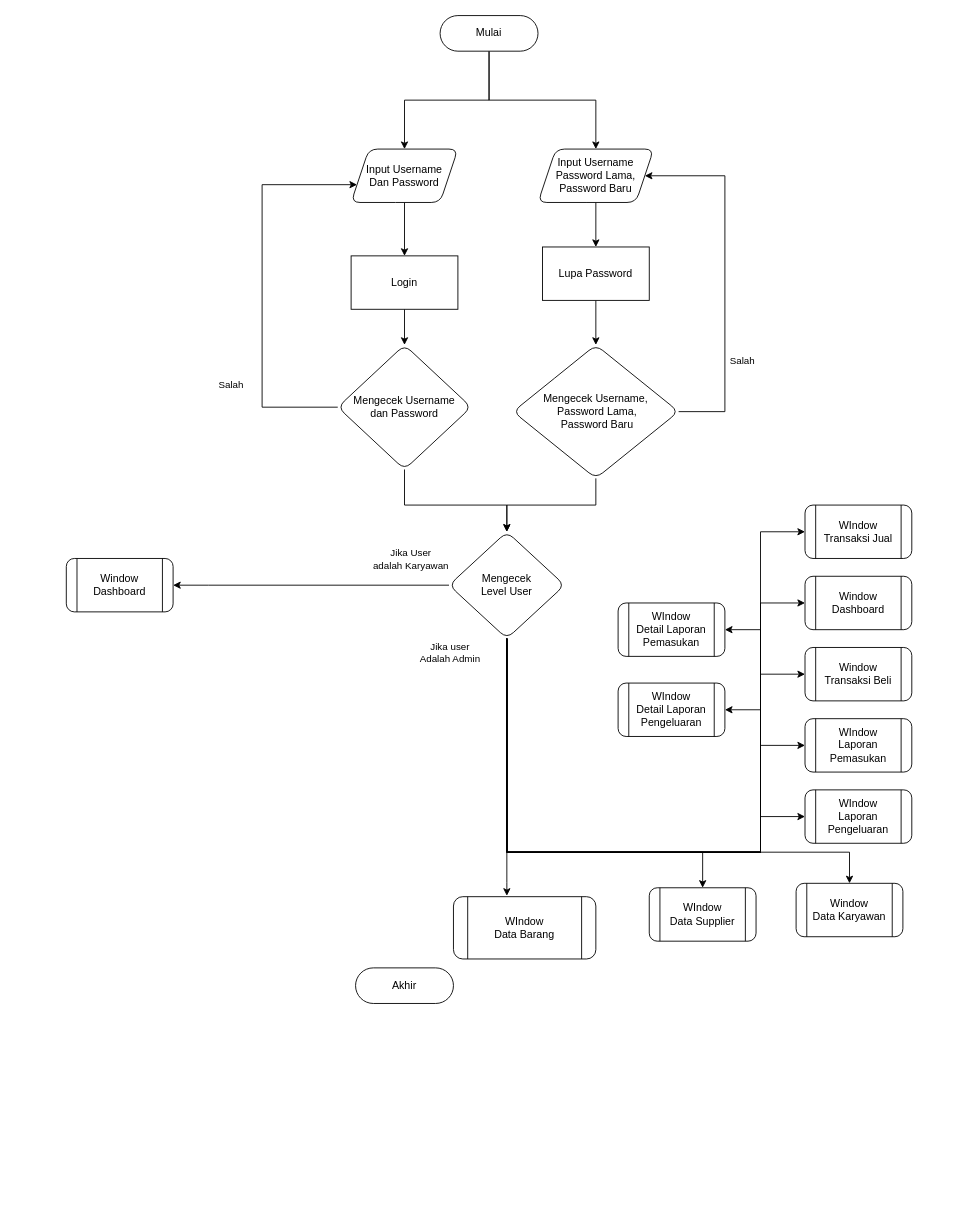
Amirzan89/Project-Semester-1 keeps this draw.io diagram as Untitled Diagram.drawio. Above is the earlier version. Source tidied: cells renumbered, new cells numbered last; positions are measured from the earlier drawing's top-left corner, leaving out a move shared by most shapes. Both pictures are drawn from the tidied source at 89%, with x=0, y=0 at pixel (66, 15).
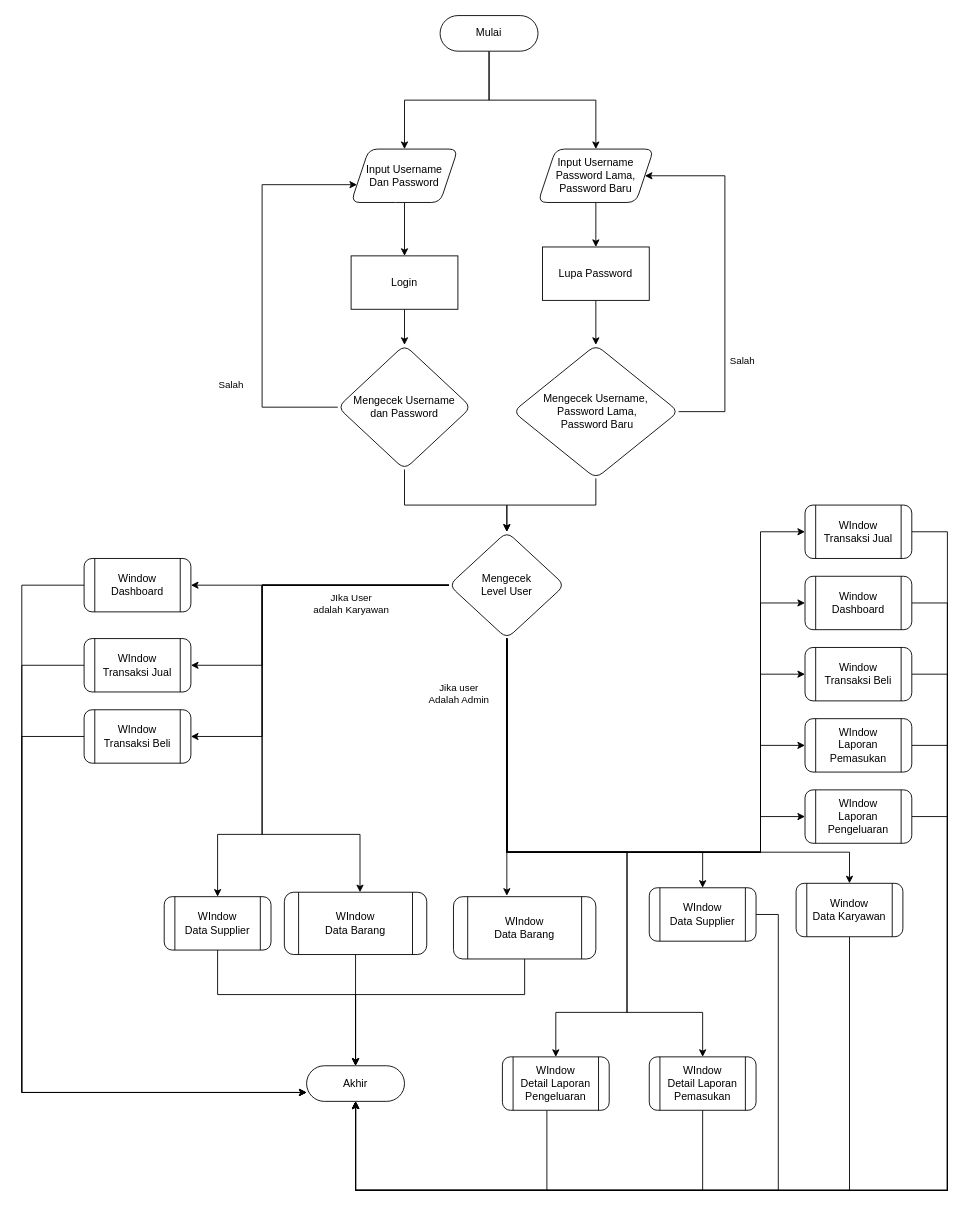
After the change.

Unchanged cells that the change refers to:
```xml
<mxCell id="10" value="Window Transaksi Beli" style="shape=process;whiteSpace=wrap;html=1;backgroundOutline=1;rounded=1;" parent="1" vertex="1">
  <mxGeometry x="830" y="710" width="120" height="60" as="geometry" />
</mxCell>
<mxCell id="11" value="WIndow&lt;br&gt;Data Supplier" style="shape=process;whiteSpace=wrap;html=1;backgroundOutline=1;rounded=1;" parent="1" vertex="1">
  <mxGeometry x="655" y="980" width="120" height="60" as="geometry" />
</mxCell>
<mxCell id="12" value="WIndow Transaksi Jual" style="shape=process;whiteSpace=wrap;html=1;backgroundOutline=1;rounded=1;" parent="1" vertex="1">
  <mxGeometry x="830" y="550" width="120" height="60" as="geometry" />
</mxCell>
<mxCell id="13" value="Window &lt;br&gt;Data Karyawan" style="shape=process;whiteSpace=wrap;html=1;backgroundOutline=1;rounded=1;" parent="1" vertex="1">
  <mxGeometry x="820" y="975" width="120" height="60" as="geometry" />
</mxCell>
<mxCell id="14" value="WIndow &lt;br&gt;Data Barang" style="shape=process;whiteSpace=wrap;html=1;backgroundOutline=1;rounded=1;" parent="1" vertex="1">
  <mxGeometry x="435" y="990" width="160" height="70" as="geometry" />
</mxCell>
<mxCell id="30" style="edgeStyle=orthogonalEdgeStyle;rounded=0;jettySize=auto;html=1;entryX=0.375;entryY=-0.014;entryDx=0;entryDy=0;entryPerimeter=0;" parent="1" edge="1" source="41" target="14">
  <mxGeometry relative="1" as="geometry">
    <Array as="points">
      <mxPoint x="495" y="974" />
    </Array>
  </mxGeometry>
</mxCell>
<mxCell id="41" value="Mengecek &lt;br&gt;Level User" style="rhombus;whiteSpace=wrap;html=1;rounded=1;" parent="1" vertex="1">
  <mxGeometry x="430" y="580" width="130" height="120" as="geometry" />
</mxCell>
<mxCell id="42" value="Window &lt;br&gt;Dashboard" style="shape=process;whiteSpace=wrap;html=1;backgroundOutline=1;rounded=1;" parent="1" vertex="1">
  <mxGeometry x="830" y="630" width="120" height="60" as="geometry" />
</mxCell>
<mxCell id="43" value="WIndow &lt;br&gt;Laporan Pemasukan" style="shape=process;whiteSpace=wrap;html=1;backgroundOutline=1;rounded=1;" parent="1" vertex="1">
  <mxGeometry x="830" y="790" width="120" height="60" as="geometry" />
</mxCell>
<mxCell id="44" value="WIndow &lt;br&gt;Laporan Pengeluaran" style="shape=process;whiteSpace=wrap;html=1;backgroundOutline=1;rounded=1;" parent="1" vertex="1">
  <mxGeometry x="830" y="870" width="120" height="60" as="geometry" />
</mxCell>
```

Change to the diagram source:
```diff
@@
     <mxCell id="5" value="Akhir" style="rounded=1;whiteSpace=wrap;html=1;arcSize=50;" parent="1" vertex="1">
-      <mxGeometry x="325" y="1070" width="110" height="40" as="geometry" />
+      <mxGeometry x="270" y="1180" width="110" height="40" as="geometry" />
     </mxCell>
@@
+    <mxCell id="47" style="edgeStyle=orthogonalEdgeStyle;rounded=0;jettySize=auto;html=1;entryX=0.5;entryY=1;entryDx=0;entryDy=0;" parent="1" edge="1" source="10" target="5">
+      <mxGeometry relative="1" as="geometry">
+        <Array as="points">
+          <mxPoint x="990" y="740" />
+          <mxPoint x="990" y="1320" />
+          <mxPoint x="325" y="1320" />
+        </Array>
+      </mxGeometry>
+    </mxCell>
@@
+    <mxCell id="48" style="edgeStyle=orthogonalEdgeStyle;rounded=0;jettySize=auto;html=1;entryX=0.5;entryY=1;entryDx=0;entryDy=0;" parent="1" edge="1" source="11" target="5">
+      <mxGeometry relative="1" as="geometry">
+        <Array as="points">
+          <mxPoint x="800" y="1010" />
+          <mxPoint x="800" y="1320" />
+          <mxPoint x="325" y="1320" />
+        </Array>
+      </mxGeometry>
+    </mxCell>
@@
+    <mxCell id="49" style="edgeStyle=orthogonalEdgeStyle;rounded=0;jettySize=auto;html=1;entryX=0.5;entryY=1;entryDx=0;entryDy=0;" parent="1" edge="1" source="12" target="5">
+      <mxGeometry relative="1" as="geometry">
+        <Array as="points">
+          <mxPoint x="990" y="580" />
+          <mxPoint x="990" y="1320" />
+          <mxPoint x="325" y="1320" />
+        </Array>
+      </mxGeometry>
+    </mxCell>
@@
+    <mxCell id="50" style="edgeStyle=orthogonalEdgeStyle;rounded=0;jettySize=auto;html=1;entryX=0.5;entryY=1;entryDx=0;entryDy=0;" parent="1" edge="1" source="13" target="5">
+      <mxGeometry relative="1" as="geometry">
+        <Array as="points">
+          <mxPoint x="880" y="1320" />
+          <mxPoint x="325" y="1320" />
+        </Array>
+      </mxGeometry>
+    </mxCell>
@@
+    <mxCell id="51" style="edgeStyle=orthogonalEdgeStyle;rounded=0;jettySize=auto;html=1;entryX=0.5;entryY=0;entryDx=0;entryDy=0;" parent="1" edge="1" source="14" target="5">
+      <mxGeometry relative="1" as="geometry">
+        <Array as="points">
+          <mxPoint x="515" y="1100" />
+          <mxPoint x="325" y="1100" />
+        </Array>
+      </mxGeometry>
+    </mxCell>
@@
+    <mxCell id="52" style="edgeStyle=orthogonalEdgeStyle;rounded=0;jettySize=auto;html=1;entryX=0;entryY=0.75;entryDx=0;entryDy=0;" parent="1" edge="1" source="15" target="5">
+      <mxGeometry relative="1" as="geometry">
+        <Array as="points">
+          <mxPoint x="-50" y="640" />
+          <mxPoint x="-50" y="1210" />
+        </Array>
+      </mxGeometry>
+    </mxCell>
     <mxCell id="15" value="Window &lt;br&gt;Dashboard" style="shape=process;whiteSpace=wrap;html=1;backgroundOutline=1;rounded=1;" parent="1" vertex="1">
-      <mxGeometry y="610" width="120" height="60" as="geometry" />
+      <mxGeometry x="20" y="610" width="120" height="60" as="geometry" />
     </mxCell>
@@
-    <mxCell id="28" style="edgeStyle=orthogonalEdgeStyle;rounded=0;jettySize=auto;html=1;entryX=1;entryY=0.5;entryDx=0;entryDy=0;" parent="1" edge="1" source="41" target="15">
-      <mxGeometry relative="1" as="geometry">
-        <Array as="points">
-          <mxPoint x="160" y="640" />
-          <mxPoint x="160" y="640" />
-        </Array>
-      </mxGeometry>
-    </mxCell>
-    <mxCell id="29" value="Jika User &lt;br&gt;adalah Karyawan" style="edgeLabel;html=1;align=center;verticalAlign=middle;" parent="28" vertex="1">
-      <mxGeometry x="-0.75" y="2" relative="1" as="geometry">
-        <mxPoint x="-5" y="-32" as="offset" />
-      </mxGeometry>
-    </mxCell>
@@
     <mxCell id="31" value="Jika user&lt;br&gt;Adalah Admin" style="edgeLabel;html=1;align=center;verticalAlign=middle;" parent="30" vertex="1">
       <mxGeometry x="-0.85" y="2" relative="1" as="geometry">
-        <mxPoint x="-67" y="-7" as="offset" />
+        <mxPoint x="-57" y="39" as="offset" />
       </mxGeometry>
     </mxCell>
@@
+    <mxCell id="28" style="edgeStyle=orthogonalEdgeStyle;rounded=0;jettySize=auto;html=1;entryX=1;entryY=0.5;entryDx=0;entryDy=0;" parent="1" edge="1" source="41" target="15">
+      <mxGeometry relative="1" as="geometry" />
+    </mxCell>
+    <mxCell id="53" style="edgeStyle=orthogonalEdgeStyle;rounded=0;jettySize=auto;html=1;" parent="1" edge="1" source="41" target="68">
+      <mxGeometry x="-0.06" y="-110" relative="1" as="geometry">
+        <Array as="points">
+          <mxPoint x="220" y="640" />
+          <mxPoint x="220" y="920" />
+          <mxPoint x="330" y="920" />
+        </Array>
+      </mxGeometry>
+    </mxCell>
+    <mxCell id="54" style="edgeStyle=orthogonalEdgeStyle;rounded=0;jettySize=auto;html=1;entryX=0.5;entryY=0;entryDx=0;entryDy=0;" parent="1" edge="1" source="41" target="70">
+      <mxGeometry relative="1" as="geometry">
+        <Array as="points">
+          <mxPoint x="220" y="640" />
+          <mxPoint x="220" y="920" />
+          <mxPoint x="170" y="920" />
+        </Array>
+      </mxGeometry>
+    </mxCell>
+    <mxCell id="55" style="edgeStyle=orthogonalEdgeStyle;rounded=0;jettySize=auto;html=1;entryX=1;entryY=0.5;entryDx=0;entryDy=0;" parent="1" edge="1" source="41" target="64">
+      <mxGeometry relative="1" as="geometry">
+        <Array as="points">
+          <mxPoint x="220" y="640" />
+          <mxPoint x="220" y="730" />
+        </Array>
+      </mxGeometry>
+    </mxCell>
+    <mxCell id="56" style="edgeStyle=orthogonalEdgeStyle;rounded=0;jettySize=auto;html=1;entryX=1;entryY=0.5;entryDx=0;entryDy=0;" parent="1" edge="1" source="41" target="66">
+      <mxGeometry relative="1" as="geometry">
+        <Array as="points">
+          <mxPoint x="220" y="640" />
+          <mxPoint x="220" y="810" />
+        </Array>
+      </mxGeometry>
+    </mxCell>
+    <mxCell id="57" value="JIka User &lt;br&gt;adalah Karyawan" style="edgeLabel;html=1;align=center;verticalAlign=middle;" parent="56" vertex="1">
+      <mxGeometry x="-0.78" y="-1" relative="1" as="geometry">
+        <mxPoint x="-60" y="21" as="offset" />
+      </mxGeometry>
+    </mxCell>
+    <mxCell id="40" style="edgeStyle=orthogonalEdgeStyle;rounded=0;jettySize=auto;html=1;entryX=0.5;entryY=0;entryDx=0;entryDy=0;" parent="1" edge="1" source="41" target="45">
+      <mxGeometry x="0.01" y="-75" relative="1" as="geometry">
+        <Array as="points">
+          <mxPoint x="495" y="940" />
+          <mxPoint x="630" y="940" />
+          <mxPoint x="630" y="1120" />
+          <mxPoint x="715" y="1120" />
+        </Array>
+        <mxPoint y="-1" as="offset" />
+      </mxGeometry>
+    </mxCell>
-    <mxCell id="39" style="edgeStyle=orthogonalEdgeStyle;rounded=0;jettySize=auto;html=1;entryX=1;entryY=0.5;entryDx=0;entryDy=0;" parent="1" edge="1" source="41" target="46">
+    <mxCell id="39" style="edgeStyle=orthogonalEdgeStyle;rounded=0;jettySize=auto;html=1;entryX=0.5;entryY=0;entryDx=0;entryDy=0;" parent="1" edge="1" source="41" target="46">
       <mxGeometry relative="1" as="geometry">
         <Array as="points">
           <mxPoint x="495" y="940" />
-          <mxPoint x="780" y="940" />
-          <mxPoint x="780" y="780" />
+          <mxPoint x="630" y="940" />
+          <mxPoint x="630" y="1120" />
+          <mxPoint x="550" y="1120" />
         </Array>
       </mxGeometry>
     </mxCell>
-    <mxCell id="40" style="edgeStyle=orthogonalEdgeStyle;rounded=0;jettySize=auto;html=1;entryX=1;entryY=0.5;entryDx=0;entryDy=0;" parent="1" edge="1" source="41" target="45">
-      <mxGeometry relative="1" as="geometry">
-        <Array as="points">
-          <mxPoint x="495" y="940" />
-          <mxPoint x="780" y="940" />
-          <mxPoint x="780" y="690" />
-        </Array>
-      </mxGeometry>
-    </mxCell>
@@
+    <mxCell id="58" style="edgeStyle=orthogonalEdgeStyle;rounded=0;jettySize=auto;html=1;entryX=0.5;entryY=1;entryDx=0;entryDy=0;" parent="1" edge="1" source="42" target="5">
+      <mxGeometry relative="1" as="geometry">
+        <Array as="points">
+          <mxPoint x="990" y="660" />
+          <mxPoint x="990" y="1320" />
+          <mxPoint x="325" y="1320" />
+        </Array>
+      </mxGeometry>
+    </mxCell>
@@
+    <mxCell id="59" style="edgeStyle=orthogonalEdgeStyle;rounded=0;jettySize=auto;html=1;entryX=0.5;entryY=1;entryDx=0;entryDy=0;" parent="1" edge="1" source="43" target="5">
+      <mxGeometry relative="1" as="geometry">
+        <Array as="points">
+          <mxPoint x="990" y="820" />
+          <mxPoint x="990" y="1320" />
+          <mxPoint x="325" y="1320" />
+        </Array>
+      </mxGeometry>
+    </mxCell>
@@
+    <mxCell id="60" style="edgeStyle=orthogonalEdgeStyle;rounded=0;jettySize=auto;html=1;entryX=0.5;entryY=1;entryDx=0;entryDy=0;" parent="1" edge="1" source="44" target="5">
+      <mxGeometry x="-0.02" y="80" relative="1" as="geometry">
+        <Array as="points">
+          <mxPoint x="990" y="900" />
+          <mxPoint x="990" y="1320" />
+          <mxPoint x="325" y="1320" />
+        </Array>
+      </mxGeometry>
+    </mxCell>
@@
+    <mxCell id="61" style="edgeStyle=orthogonalEdgeStyle;rounded=0;jettySize=auto;html=1;entryX=0.5;entryY=1;entryDx=0;entryDy=0;" parent="1" edge="1" source="45" target="5">
+      <mxGeometry relative="1" as="geometry">
+        <Array as="points">
+          <mxPoint x="715" y="1320" />
+          <mxPoint x="325" y="1320" />
+        </Array>
+      </mxGeometry>
+    </mxCell>
     <mxCell id="45" value="WIndow &lt;br&gt;Detail Laporan Pemasukan" style="shape=process;whiteSpace=wrap;html=1;backgroundOutline=1;rounded=1;" parent="1" vertex="1">
-      <mxGeometry x="620" y="660" width="120" height="60" as="geometry" />
+      <mxGeometry x="655" y="1170" width="120" height="60" as="geometry" />
     </mxCell>
+    <mxCell id="62" style="edgeStyle=orthogonalEdgeStyle;rounded=0;jettySize=auto;html=1;entryX=0.5;entryY=1;entryDx=0;entryDy=0;" parent="1" edge="1" source="46" target="5">
+      <mxGeometry relative="1" as="geometry">
+        <Array as="points">
+          <mxPoint x="540" y="1320" />
+          <mxPoint x="325" y="1320" />
+        </Array>
+      </mxGeometry>
+    </mxCell>
     <mxCell id="46" value="WIndow &lt;br&gt;Detail Laporan Pengeluaran" style="shape=process;whiteSpace=wrap;html=1;backgroundOutline=1;rounded=1;" parent="1" vertex="1">
-      <mxGeometry x="620" y="750" width="120" height="60" as="geometry" />
+      <mxGeometry x="490" y="1170" width="120" height="60" as="geometry" />
     </mxCell>
+    <mxCell id="63" style="edgeStyle=orthogonalEdgeStyle;rounded=0;jettySize=auto;html=1;entryX=0;entryY=0.75;entryDx=0;entryDy=0;" parent="1" edge="1" source="64" target="5">
+      <mxGeometry relative="1" as="geometry">
+        <Array as="points">
+          <mxPoint x="-50" y="730" />
+          <mxPoint x="-50" y="1210" />
+        </Array>
+      </mxGeometry>
+    </mxCell>
+    <mxCell id="64" value="WIndow Transaksi Jual" style="shape=process;whiteSpace=wrap;html=1;backgroundOutline=1;rounded=1;" parent="1" vertex="1">
+      <mxGeometry x="20" y="700" width="120" height="60" as="geometry" />
+    </mxCell>
+    <mxCell id="65" style="edgeStyle=orthogonalEdgeStyle;rounded=0;jettySize=auto;html=1;entryX=0;entryY=0.75;entryDx=0;entryDy=0;" parent="1" edge="1" source="66" target="5">
+      <mxGeometry relative="1" as="geometry">
+        <Array as="points">
+          <mxPoint x="-50" y="810" />
+          <mxPoint x="-50" y="1210" />
+        </Array>
+      </mxGeometry>
+    </mxCell>
+    <mxCell id="66" value="WIndow Transaksi Beli" style="shape=process;whiteSpace=wrap;html=1;backgroundOutline=1;rounded=1;" parent="1" vertex="1">
+      <mxGeometry x="20" y="780" width="120" height="60" as="geometry" />
+    </mxCell>
+    <mxCell id="67" style="edgeStyle=orthogonalEdgeStyle;rounded=0;jettySize=auto;html=1;entryX=0.5;entryY=0;entryDx=0;entryDy=0;" parent="1" edge="1" source="68" target="5">
+      <mxGeometry relative="1" as="geometry" />
+    </mxCell>
+    <mxCell id="68" value="WIndow &lt;br&gt;Data Barang" style="shape=process;whiteSpace=wrap;html=1;backgroundOutline=1;rounded=1;" parent="1" vertex="1">
+      <mxGeometry x="245" y="985" width="160" height="70" as="geometry" />
+    </mxCell>
+    <mxCell id="69" style="edgeStyle=orthogonalEdgeStyle;rounded=0;jettySize=auto;html=1;entryX=0.5;entryY=0;entryDx=0;entryDy=0;" parent="1" edge="1" source="70" target="5">
+      <mxGeometry relative="1" as="geometry">
+        <Array as="points">
+          <mxPoint x="170" y="1100" />
+          <mxPoint x="325" y="1100" />
+        </Array>
+      </mxGeometry>
+    </mxCell>
+    <mxCell id="70" value="WIndow&lt;br&gt;Data Supplier" style="shape=process;whiteSpace=wrap;html=1;backgroundOutline=1;rounded=1;" parent="1" vertex="1">
+      <mxGeometry x="110" y="990" width="120" height="60" as="geometry" />
+    </mxCell>
```
